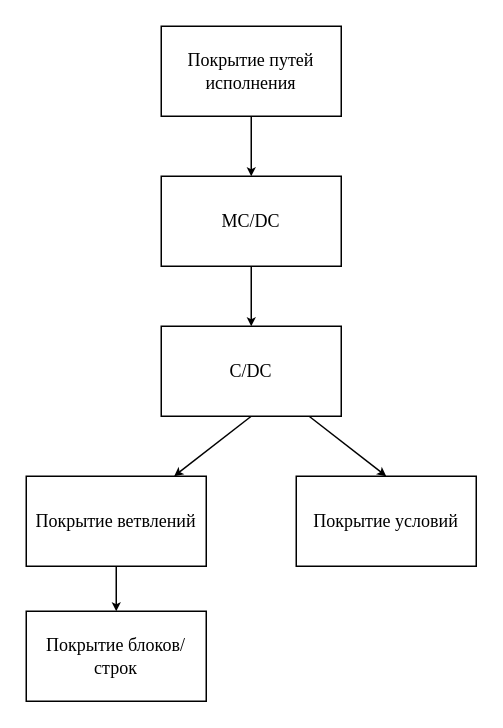
The draw.io diagram images/Coverage_criteria_TR.drawio in PakhomovAlexander/dissertation, before the edit. Source tidied: cells renumbered, new cells numbered last; positions are measured from the earlier drawing's top-left corner, leaving out a move shared by most shapes. Both pictures are drawn from the tidied source at 150%, with x=0, y=0 at pixel (26, 26).
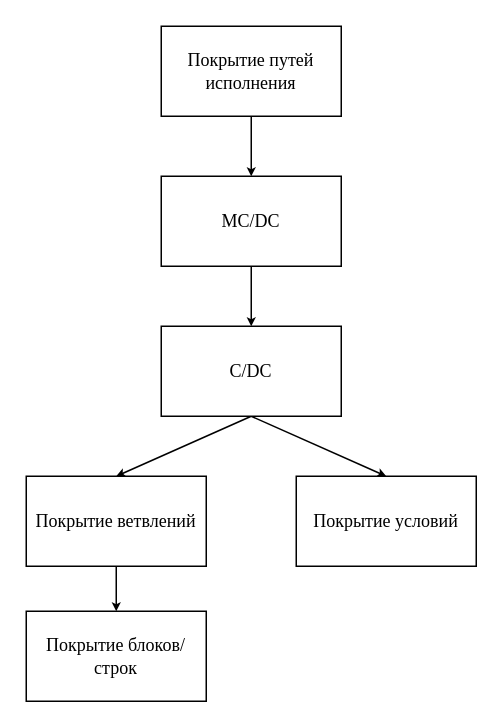
The same diagram, later.

Diff of the diagram source:
```diff
@@
 <mxGraphModel>
   <root>
     <mxCell id="0" />
     <mxCell id="1" parent="0" />
     <mxCell id="2" style="edgeStyle=orthogonalEdgeStyle;rounded=0;jettySize=auto;html=1;entryX=0.5;entryY=0;entryDx=0;entryDy=0;endSize=3;" parent="1" edge="1" source="3" target="5">
       <mxGeometry relative="1" as="geometry" />
     </mxCell>
     <mxCell id="3" value="&lt;font face=&quot;Times New Roman&quot;&gt;Покрытие путей исполнения&lt;/font&gt;" style="rounded=0;whiteSpace=wrap;html=1;" parent="1" vertex="1">
       <mxGeometry x="90" width="120" height="60" as="geometry" />
     </mxCell>
     <mxCell id="4" style="edgeStyle=orthogonalEdgeStyle;rounded=0;jettySize=auto;html=1;exitX=0.5;exitY=1;exitDx=0;exitDy=0;entryX=0.5;entryY=0;entryDx=0;entryDy=0;endSize=3;" parent="1" edge="1" source="5" target="8">
       <mxGeometry relative="1" as="geometry" />
     </mxCell>
     <mxCell id="5" value="&lt;font face=&quot;Times New Roman&quot;&gt;MC/DC&lt;/font&gt;" style="rounded=0;whiteSpace=wrap;html=1;" parent="1" vertex="1">
       <mxGeometry x="90" y="100" width="120" height="60" as="geometry" />
     </mxCell>
-    <mxCell id="6" style="rounded=0;jettySize=auto;html=1;exitX=0.5;exitY=1;exitDx=0;exitDy=0;endSize=3;" parent="1" edge="1" source="8" target="10">
+    <mxCell id="6" style="rounded=0;jettySize=auto;html=1;exitX=0.5;exitY=1;exitDx=0;exitDy=0;endSize=3;entryX=0.5;entryY=0;entryDx=0;entryDy=0;" parent="1" edge="1" source="8" target="10">
       <mxGeometry relative="1" as="geometry" />
     </mxCell>
-    <mxCell id="7" style="edgeStyle=none;rounded=0;jettySize=auto;html=1;entryX=0.5;entryY=0;entryDx=0;entryDy=0;endSize=3;" parent="1" edge="1" source="8" target="12">
+    <mxCell id="7" style="edgeStyle=none;rounded=0;jettySize=auto;html=1;entryX=0.5;entryY=0;entryDx=0;entryDy=0;endSize=3;exitX=0.5;exitY=1;exitDx=0;exitDy=0;" parent="1" edge="1" source="8" target="12">
       <mxGeometry relative="1" as="geometry" />
     </mxCell>
     <mxCell id="8" value="&lt;font face=&quot;Times New Roman&quot;&gt;C/DC&lt;/font&gt;" style="rounded=0;whiteSpace=wrap;html=1;" parent="1" vertex="1">
       <mxGeometry x="90" y="200" width="120" height="60" as="geometry" />
     </mxCell>
     <mxCell id="9" style="edgeStyle=none;rounded=0;jettySize=auto;html=1;entryX=0.5;entryY=0;entryDx=0;entryDy=0;endSize=3;" parent="1" edge="1" source="10" target="11">
       <mxGeometry relative="1" as="geometry" />
     </mxCell>
     <mxCell id="10" value="&lt;font face=&quot;Times New Roman&quot;&gt;Покрытие ветвлений&lt;/font&gt;" style="rounded=0;whiteSpace=wrap;html=1;" parent="1" vertex="1">
       <mxGeometry y="300" width="120" height="60" as="geometry" />
     </mxCell>
     <mxCell id="11" value="&lt;font face=&quot;Times New Roman&quot;&gt;Покрытие блоков/строк&lt;/font&gt;" style="rounded=0;whiteSpace=wrap;html=1;" parent="1" vertex="1">
       <mxGeometry y="390" width="120" height="60" as="geometry" />
     </mxCell>
     <mxCell id="12" value="&lt;font face=&quot;Times New Roman&quot;&gt;Покрытие условий&lt;/font&gt;" style="rounded=0;whiteSpace=wrap;html=1;" parent="1" vertex="1">
       <mxGeometry x="180" y="300" width="120" height="60" as="geometry" />
     </mxCell>
   </root>
 </mxGraphModel>
```
